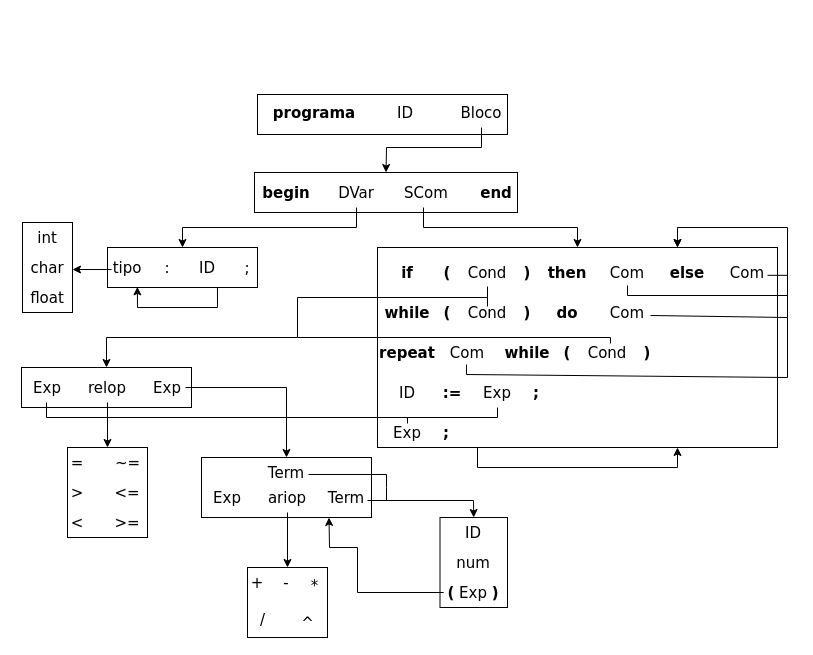
This is Etapa1/Etp1.drawio from ArthurLabaki/ConstrucaoCompiladores, a draw.io file, before an edit. Source tidied: cells renumbered, new cells numbered last; positions are measured from the earlier drawing's top-left corner, leaving out a move shared by most shapes. Both pictures are drawn from the tidied source at 100%, with x=0, y=0 at pixel (17, 17).
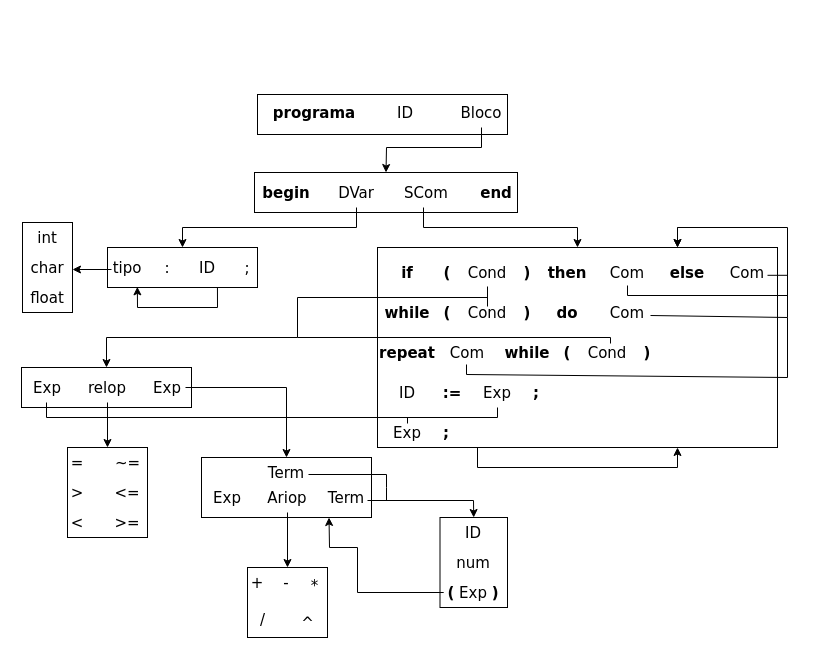
The same page after the edit.

The edit, as a diff of the source:
```diff
@@
-    <mxCell id="82" value="ariop" style="text;html=1;strokeColor=none;fillColor=none;align=center;verticalAlign=middle;whiteSpace=wrap;rounded=0;fontFamily=Verdana;fontSize=15;fontStyle=0;" parent="1" vertex="1">
+    <mxCell id="82" value="Ariop" style="text;html=1;strokeColor=none;fillColor=none;align=center;verticalAlign=middle;whiteSpace=wrap;rounded=0;fontFamily=Verdana;fontSize=15;fontStyle=0;" parent="1" vertex="1">
       <mxGeometry x="240" y="465" width="60" height="30" as="geometry" />
     </mxCell>
```
